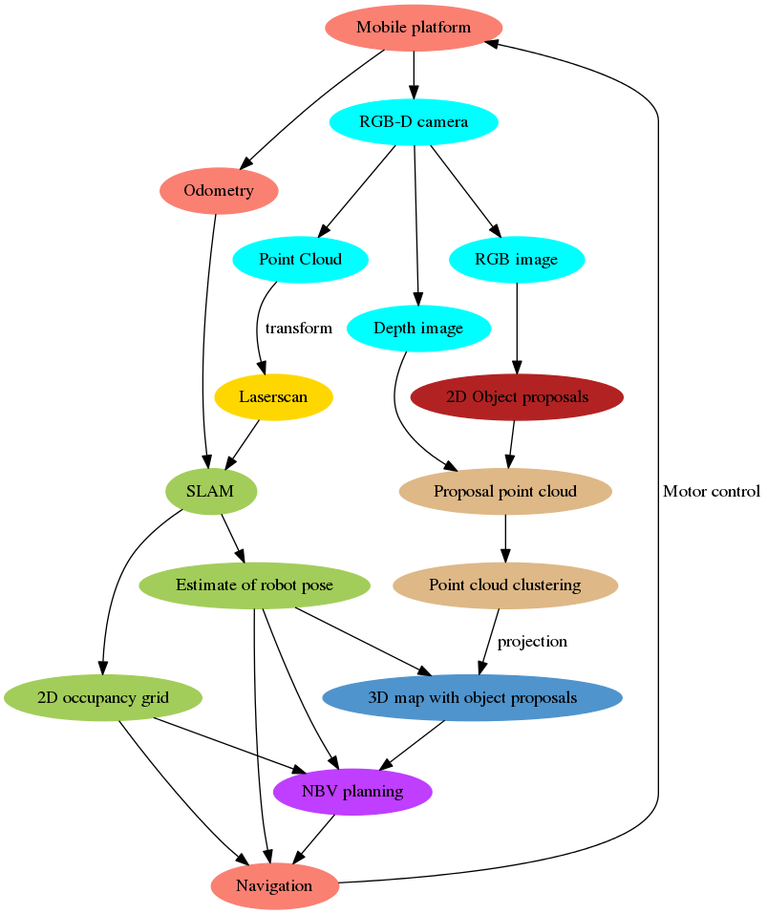
Before: final_report/dot/overview.png, a diagram exported from Graphviz (Fabse92/cv_project). Its source is kept beside it as final_report/dot/overview.dot.
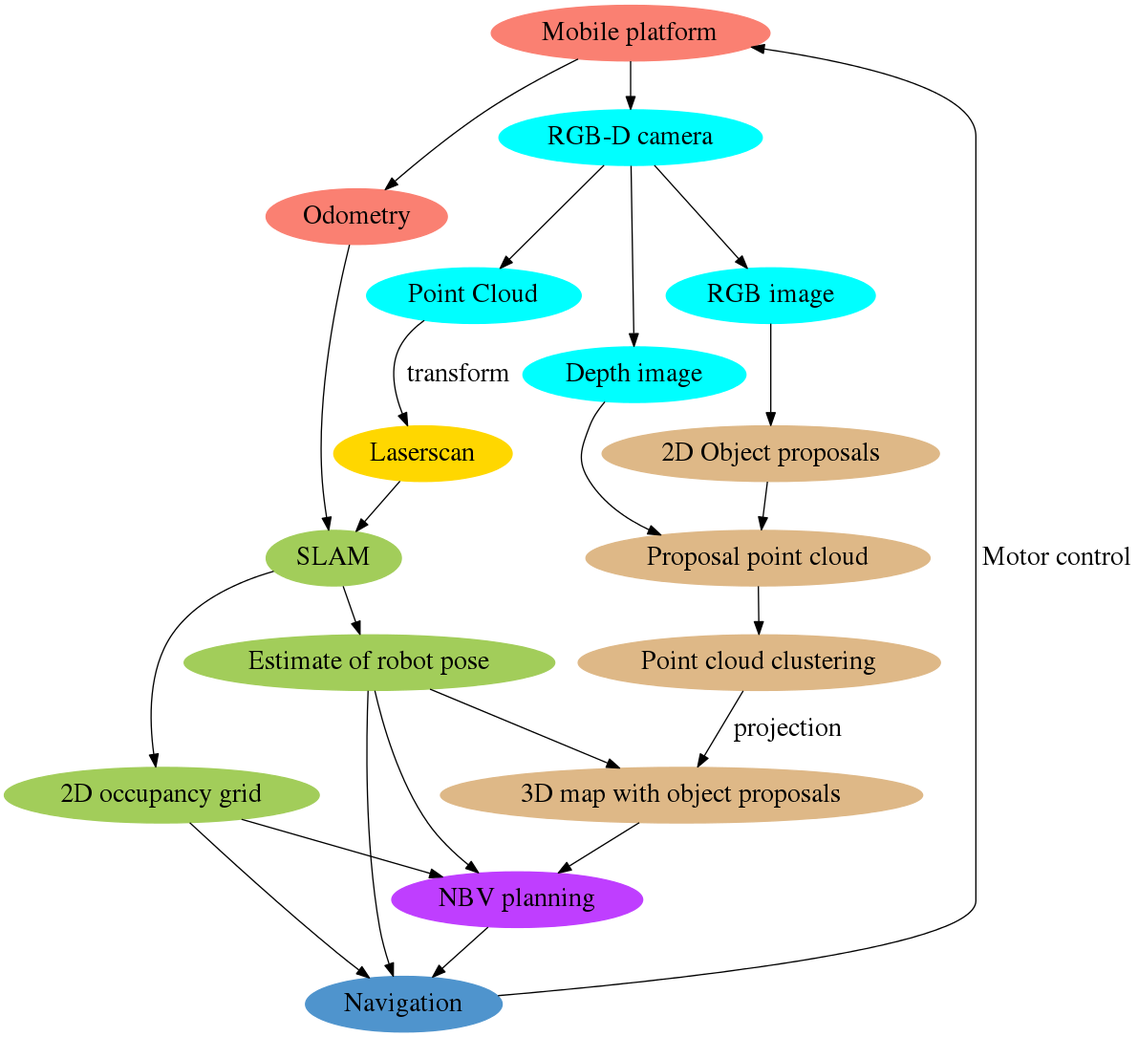
The same file after the commit.

Commit message:
adjusted overview

Change to the diagram source:
```diff
@@ -1,6 +1,7 @@
 digraph G {
-  graph [fontname = "Helvetica-Oblique", fontsize = 36];
-  node [color = white, style = filled];
+  graph [fontname = "Helvetica-Oblique", rankdir=UD];
+  node [color = white, fontsize = 21, style = filled];
+  edge [fontsize = 21]
   "Mobile platform" [color = salmon];
   "RGB-D camera" [color = cyan];
 	"Mobile platform" -> "RGB-D camera";
@@ -19,7 +20,7 @@
 	"Proposal point cloud" [color = burlywood];
 	"Depth image" -> "Proposal point cloud";
 	"Laserscan" -> "SLAM";
-	"2D Object proposals" [color = firebrick];
+	"2D Object proposals" [color = burlywood];
 	"RGB image" -> "2D Object proposals";
 	"SLAM" [color = darkolivegreen3];
 	"2D occupancy grid" [color = darkolivegreen3];
@@ -29,13 +30,13 @@
 	"2D Object proposals" -> "Proposal point cloud";
 	"Point cloud clustering" [color = burlywood];
 	"Proposal point cloud" -> "Point cloud clustering";
-	"3D map with object proposals" [color = steelblue3];
+	"3D map with object proposals" [color = burlywood];
 	"Point cloud clustering" -> "3D map with object proposals" [label = " projection"];
 	"Estimate of robot pose" -> "3D map with object proposals";
 	"NBV planning" [color = darkorchid1];
 	"3D map with object proposals" -> "NBV planning";
 	"2D occupancy grid" -> "NBV planning";
-  "Navigation" [color = salmon];
+  "Navigation" [color = steelblue3];
 	"NBV planning" -> "Navigation";
 	"2D occupancy grid" -> "Navigation";
 	"Estimate of robot pose" -> "Navigation";
```
